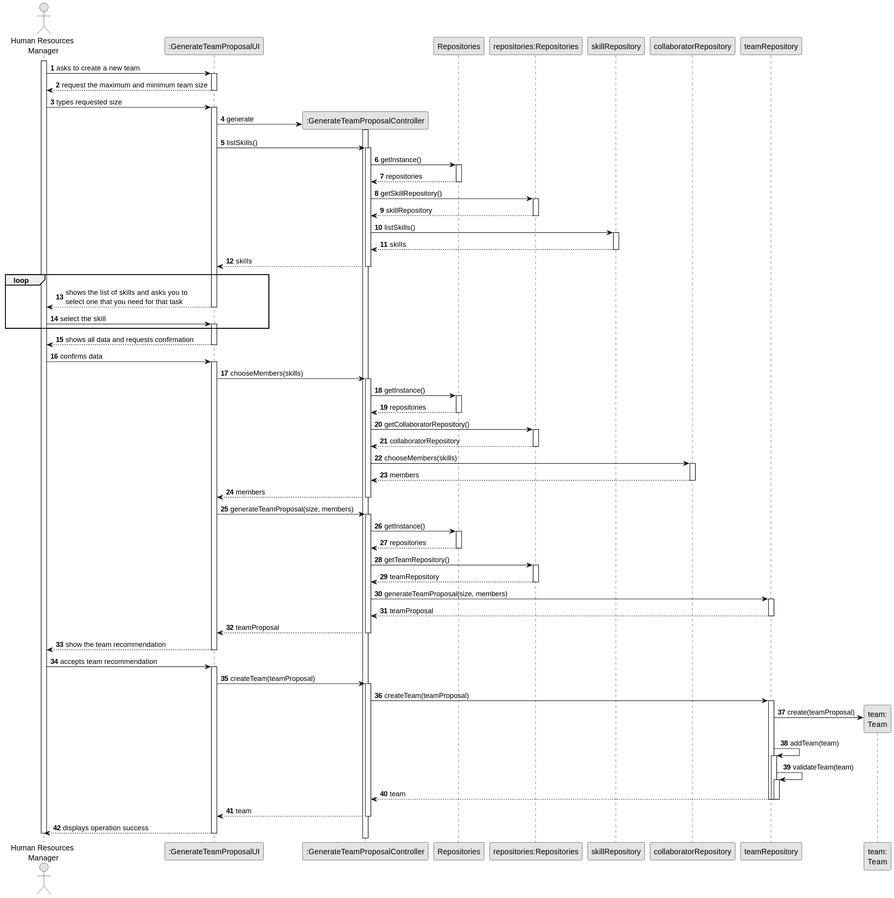
Above: docs/sprintB/us005/03.design/svg/us005-sequence-diagram-full.svg in diogoveirospro/lei-24-s2-1dg-g072 (PlantUML), before the change.
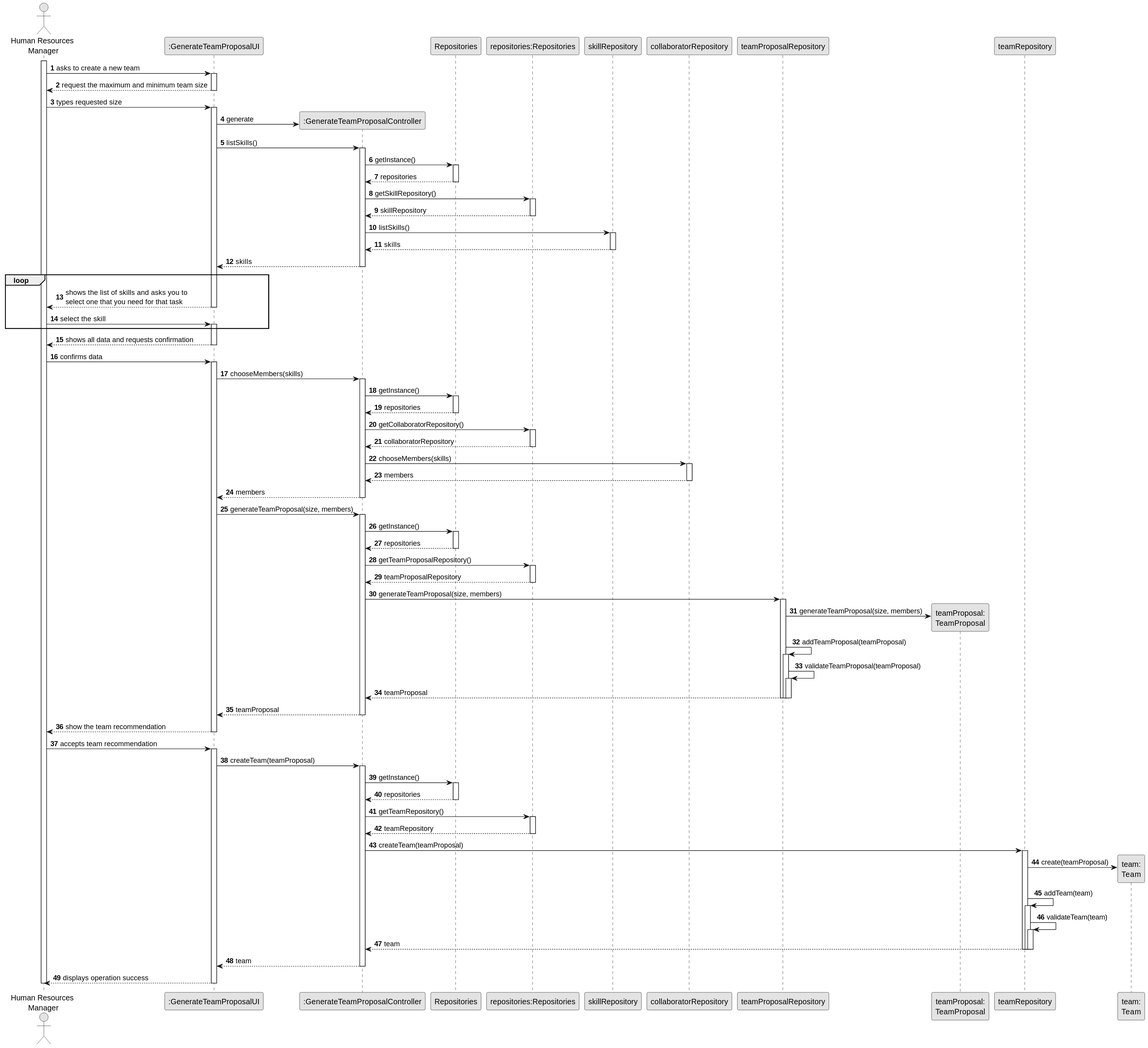
Later version of the same file.

Commit message:
US005's Sequence Diagram

Change to the diagram source:
```diff
@@ -12,6 +12,8 @@
 participant "repositories:Repositories" as REP
 participant "skillRepository" as SKILLREP
 participant "collaboratorRepository" as COLREP
+participant "teamProposalRepository" as TEAMPROREP
+participant "teamProposal:\nTeamProposal" as teamProposal
 participant "teamRepository" as TEAMREP
 participant "team:\nTeam" as team
 
@@ -27,7 +29,7 @@
     activate UI
 
         UI -> CTRL** : generate
-        activate CTRL
+
 
         UI -> CTRL : listSkills()
         activate CTRL
@@ -101,17 +103,31 @@
                 Repositories --> CTRL: repositories
             deactivate Repositories
 
-            CTRL -> REP: getTeamRepository()
+            CTRL -> REP: getTeamProposalRepository()
             activate REP
 
-                REP --> CTRL: teamRepository
+                REP --> CTRL: teamProposalRepository
             deactivate REP
 
-            CTRL -> TEAMREP: generateTeamProposal(size, members)
-            activate TEAMREP
+            CTRL -> TEAMPROREP: generateTeamProposal(size, members)
+            activate TEAMPROREP
 
-                TEAMREP --> CTRL: teamProposal
-            deactivate TEAMREP
+                TEAMPROREP -> teamProposal**: generateTeamProposal(size, members)
+
+                    TEAMPROREP -> TEAMPROREP : addTeamProposal(teamProposal)
+                    activate TEAMPROREP
+
+                    TEAMPROREP -> TEAMPROREP : validateTeamProposal(teamProposal)
+                    activate TEAMPROREP
+
+                TEAMPROREP --> CTRL: teamProposal
+
+                deactivate TEAMPROREP
+
+                deactivate TEAMPROREP
+
+
+            deactivate TEAMPROREP
 
             CTRL --> UI: teamProposal
         deactivate CTRL
@@ -124,6 +140,18 @@
 
         UI -> CTRL: createTeam(teamProposal)
         activate CTRL
+
+            CTRL -> Repositories: getInstance()
+            activate Repositories
+
+                Repositories --> CTRL: repositories
+            deactivate Repositories
+
+            CTRL -> REP: getTeamRepository()
+            activate REP
+
+                REP --> CTRL: teamRepository
+            deactivate REP
 
             CTRL -> TEAMREP: createTeam(teamProposal)
             activate TEAMREP
```
